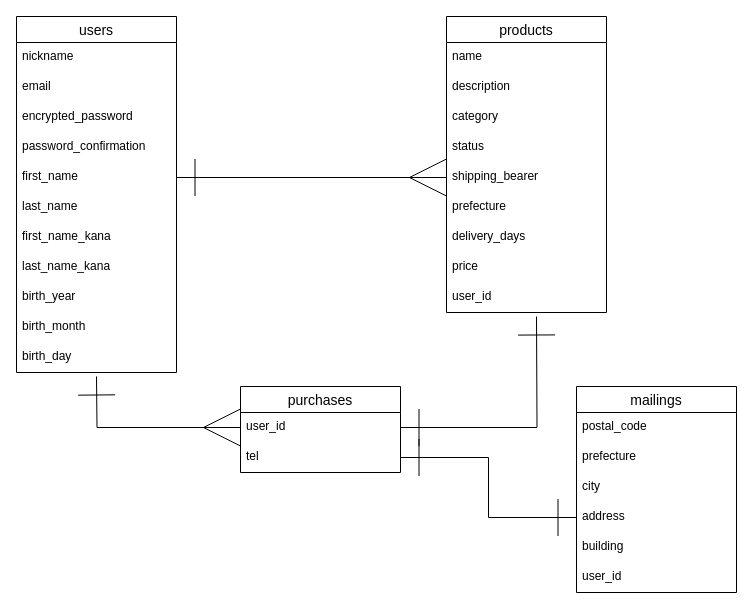
Earlier version of the draw.io diagram furima.dio (phy-homa/furima-36246). Source tidied: cells renumbered, new cells numbered last; positions are measured from the earlier drawing's top-left corner, leaving out a move shared by most shapes. Both pictures are drawn from the tidied source at 100%, with x=0, y=0 at pixel (16, 16).
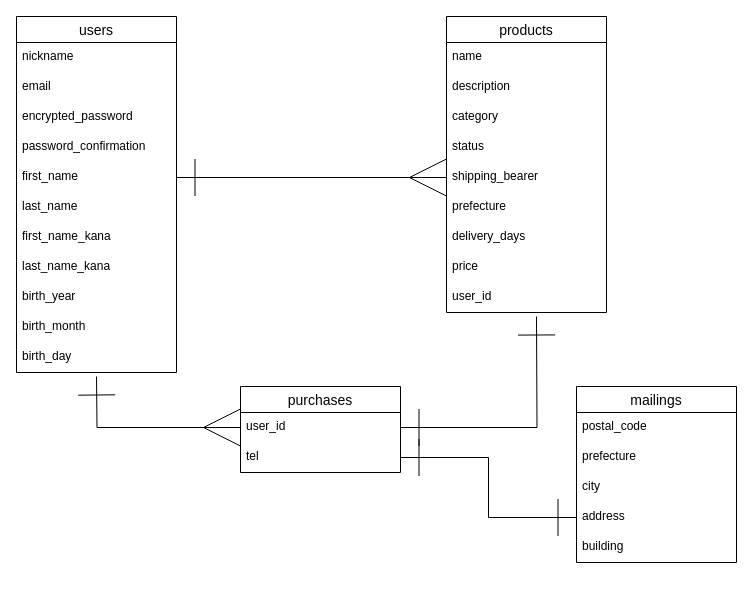
The same page after the edit.

Diff of the diagram source:
```diff
@@
     <mxCell id="25" value="mailings" style="swimlane;fontStyle=0;horizontal=1;startSize=26;align=center;fontSize=14;" parent="1" vertex="1">
-      <mxGeometry x="560" y="370" width="160" height="206" as="geometry" />
+      <mxGeometry x="560" y="370" width="160" height="176" as="geometry" />
     </mxCell>
@@
-    <mxCell id="31" value="user_id" style="text;strokeColor=none;fillColor=none;spacingLeft=4;spacingRight=4;overflow=hidden;fontSize=12;" parent="25" vertex="1">
-      <mxGeometry y="176" width="160" height="30" as="geometry" />
-    </mxCell>
```
